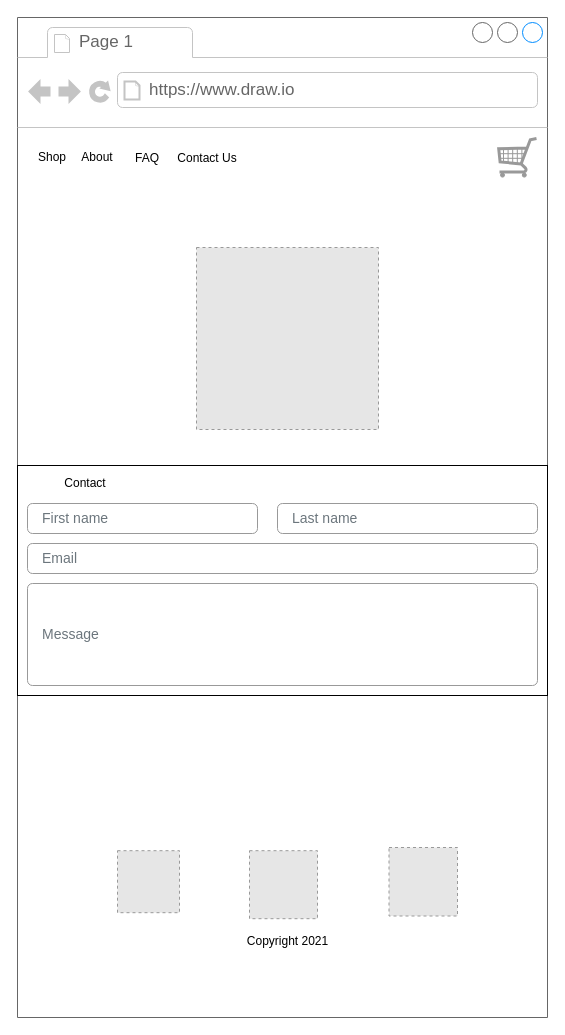
This is contactus.drawio from lcunnin/FirstProject, a draw.io file, before an edit. Source tidied: cells renumbered, new cells numbered last; positions are measured from the earlier drawing's top-left corner, leaving out a move shared by most shapes. Both pictures are drawn from the tidied source at 100%, with x=0, y=0 at pixel (17, 17). Pictures stored in the file or linked from it are replaced by grey dashed boxes.
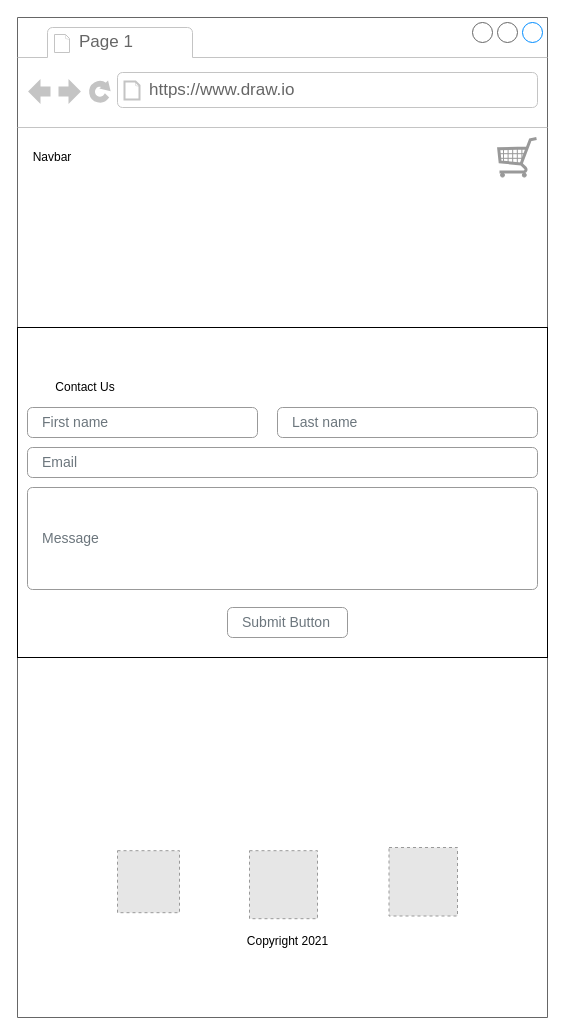
After the change.

Unchanged cells that the change refers to:
```xml
<mxCell id="2" style="strokeWidth=1;shadow=0;dashed=0;align=center;html=1;shape=mxgraph.mockup.containers.browserWindow;rSize=0;strokeColor=#666666;strokeColor2=#008cff;strokeColor3=#c4c4c4;mainText=,;" parent="1" vertex="1">
  <mxGeometry width="530" height="1000" as="geometry" />
</mxCell>
```

The edit, as a diff of the source:
```diff
@@
-    <mxCell id="6" style="fillColor=#E6E6E6;strokeColor=#999999;dashed=1;html=1;verticalAlign=top;verticalLabelPosition=bottom;labelBackgroundColor=#ffffff;" parent="2" vertex="1">
-      <mxGeometry x="179" y="230" width="182" height="182" as="geometry" />
-    </mxCell>
-    <mxCell id="7" value="Shop" style="text;html=1;strokeColor=none;fillColor=none;align=center;verticalAlign=middle;whiteSpace=wrap;rounded=0;" parent="2" vertex="1">
+    <mxCell id="7" value="Navbar" style="text;html=1;strokeColor=none;fillColor=none;align=center;verticalAlign=middle;whiteSpace=wrap;rounded=0;" parent="2" vertex="1">
       <mxGeometry x="14.5" y="130" width="40" height="20" as="geometry" />
     </mxCell>
-    <mxCell id="8" value="About" style="text;html=1;strokeColor=none;fillColor=none;align=center;verticalAlign=middle;whiteSpace=wrap;rounded=0;" parent="2" vertex="1">
-      <mxGeometry x="60" y="130" width="40" height="20" as="geometry" />
-    </mxCell>
-    <mxCell id="9" value="FAQ" style="text;html=1;strokeColor=none;fillColor=none;align=center;verticalAlign=middle;whiteSpace=wrap;rounded=0;" parent="2" vertex="1">
-      <mxGeometry x="110" y="131" width="40" height="20" as="geometry" />
-    </mxCell>
-    <mxCell id="10" value="Contact Us" style="text;html=1;strokeColor=none;fillColor=none;align=center;verticalAlign=middle;whiteSpace=wrap;rounded=0;" parent="2" vertex="1">
-      <mxGeometry x="158.5" y="131" width="61.5" height="20" as="geometry" />
-    </mxCell>
@@
     <mxCell id="15" style="rounded=0;whiteSpace=wrap;html=1;" parent="2" vertex="1">
-      <mxGeometry y="448" width="530" height="230" as="geometry" />
+      <mxGeometry y="310" width="530" height="330" as="geometry" />
     </mxCell>
-    <mxCell id="16" value="Contact" style="text;html=1;strokeColor=none;fillColor=none;align=center;verticalAlign=middle;whiteSpace=wrap;rounded=0;" parent="2" vertex="1">
-      <mxGeometry x="14.5" y="456" width="105.5" height="20" as="geometry" />
+    <mxCell id="16" value="Contact Us" style="text;html=1;strokeColor=none;fillColor=none;align=center;verticalAlign=middle;whiteSpace=wrap;rounded=0;" parent="2" vertex="1">
+      <mxGeometry x="14.5" y="360" width="105.5" height="20" as="geometry" />
     </mxCell>
     <mxCell id="17" value="First name" style="html=1;shadow=0;dashed=0;shape=mxgraph.bootstrap.rrect;rSize=5;fillColor=none;strokeColor=#999999;align=left;spacing=15;fontSize=14;fontColor=#6C767D;" parent="2" vertex="1">
-      <mxGeometry x="10" y="486" width="230" height="30" as="geometry" />
+      <mxGeometry x="10" y="390" width="230" height="30" as="geometry" />
     </mxCell>
     <mxCell id="18" value="Last name" style="html=1;shadow=0;dashed=0;shape=mxgraph.bootstrap.rrect;rSize=5;fillColor=none;strokeColor=#999999;align=left;spacing=15;fontSize=14;fontColor=#6C767D;" parent="2" vertex="1">
-      <mxGeometry x="260" y="486" width="260" height="30" as="geometry" />
+      <mxGeometry x="260" y="390" width="260" height="30" as="geometry" />
     </mxCell>
     <mxCell id="19" value="Email" style="html=1;shadow=0;dashed=0;shape=mxgraph.bootstrap.rrect;rSize=5;fillColor=none;strokeColor=#999999;align=left;spacing=15;fontSize=14;fontColor=#6C767D;" parent="2" vertex="1">
-      <mxGeometry x="10" y="526" width="510" height="30" as="geometry" />
+      <mxGeometry x="10" y="430" width="510" height="30" as="geometry" />
     </mxCell>
     <mxCell id="20" value="Message" style="html=1;shadow=0;dashed=0;shape=mxgraph.bootstrap.rrect;rSize=5;fillColor=none;strokeColor=#999999;align=left;spacing=15;fontSize=14;fontColor=#6C767D;" parent="2" vertex="1">
-      <mxGeometry x="10" y="566" width="510" height="102" as="geometry" />
+      <mxGeometry x="10" y="470" width="510" height="102" as="geometry" />
     </mxCell>
+    <mxCell id="21" value="Submit Button" style="html=1;shadow=0;dashed=0;shape=mxgraph.bootstrap.rrect;rSize=5;fillColor=none;strokeColor=#999999;align=left;spacing=15;fontSize=14;fontColor=#6C767D;" parent="2" vertex="1">
+      <mxGeometry x="210" y="590" width="120" height="30" as="geometry" />
+    </mxCell>
```
